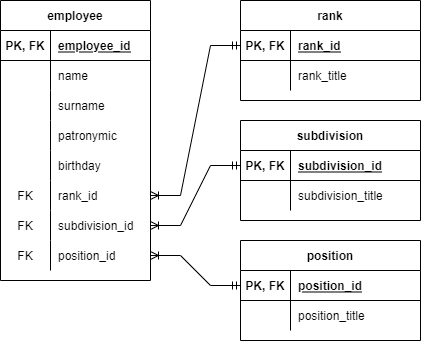
This is Epic_1.drawio.png from Dyskop/rescue-hr, a draw.io export, as it was before one commit. Source tidied: cells renumbered, new cells last; positions are measured from the earlier drawing's top-left corner, leaving out a move shared by most shapes.
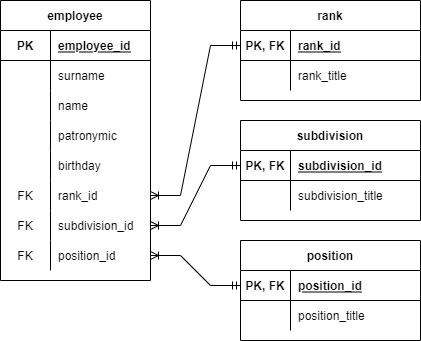
Above is the later version.

Change to the diagram source:
```diff
@@ -8,7 +8,7 @@
     <mxCell id="3" style="shape=tableRow;horizontal=0;startSize=0;swimlaneHead=0;swimlaneBody=0;fillColor=none;top=0;left=0;right=0;bottom=1;" parent="2" vertex="1">
       <mxGeometry y="30" width="150" height="30" as="geometry" />
     </mxCell>
-    <mxCell id="4" value="PK, FK" style="shape=partialRectangle;fillColor=none;top=0;left=0;bottom=0;right=0;fontStyle=1;overflow=hidden;" parent="3" vertex="1">
+    <mxCell id="4" value="PK" style="shape=partialRectangle;fillColor=none;top=0;left=0;bottom=0;right=0;fontStyle=1;overflow=hidden;" parent="3" vertex="1">
       <mxGeometry width="50" height="30" as="geometry" />
     </mxCell>
     <mxCell id="5" value="employee_id" style="shape=partialRectangle;fillColor=none;top=0;left=0;bottom=0;right=0;align=left;spacingLeft=6;fontStyle=5;overflow=hidden;" parent="3" vertex="1">
@@ -20,7 +20,7 @@
     <mxCell id="7" style="shape=partialRectangle;fillColor=none;top=0;left=0;bottom=0;right=0;overflow=hidden;" parent="6" vertex="1">
       <mxGeometry width="50" height="30" as="geometry" />
     </mxCell>
-    <mxCell id="8" value="name" style="shape=partialRectangle;fillColor=none;top=0;left=0;bottom=0;right=0;align=left;spacingLeft=6;overflow=hidden;" parent="6" vertex="1">
+    <mxCell id="8" value="surname" style="shape=partialRectangle;fillColor=none;top=0;left=0;bottom=0;right=0;align=left;spacingLeft=6;overflow=hidden;" parent="6" vertex="1">
       <mxGeometry x="50" width="100" height="30" as="geometry" />
     </mxCell>
     <mxCell id="9" style="shape=tableRow;horizontal=0;startSize=0;swimlaneHead=0;swimlaneBody=0;fillColor=none;top=0;left=0;right=0;bottom=0;" parent="2" vertex="1">
@@ -29,7 +29,7 @@
     <mxCell id="10" style="shape=partialRectangle;fillColor=none;top=0;left=0;bottom=0;right=0;overflow=hidden;" parent="9" vertex="1">
       <mxGeometry width="50" height="30" as="geometry" />
     </mxCell>
-    <mxCell id="11" value="surname" style="shape=partialRectangle;fillColor=none;top=0;left=0;bottom=0;right=0;align=left;spacingLeft=6;overflow=hidden;" parent="9" vertex="1">
+    <mxCell id="11" value="name" style="shape=partialRectangle;fillColor=none;top=0;left=0;bottom=0;right=0;align=left;spacingLeft=6;overflow=hidden;" parent="9" vertex="1">
       <mxGeometry x="50" width="100" height="30" as="geometry" />
     </mxCell>
     <mxCell id="12" style="shape=tableRow;horizontal=0;startSize=0;swimlaneHead=0;swimlaneBody=0;fillColor=none;top=0;left=0;right=0;bottom=0;" parent="2" vertex="1">
```
